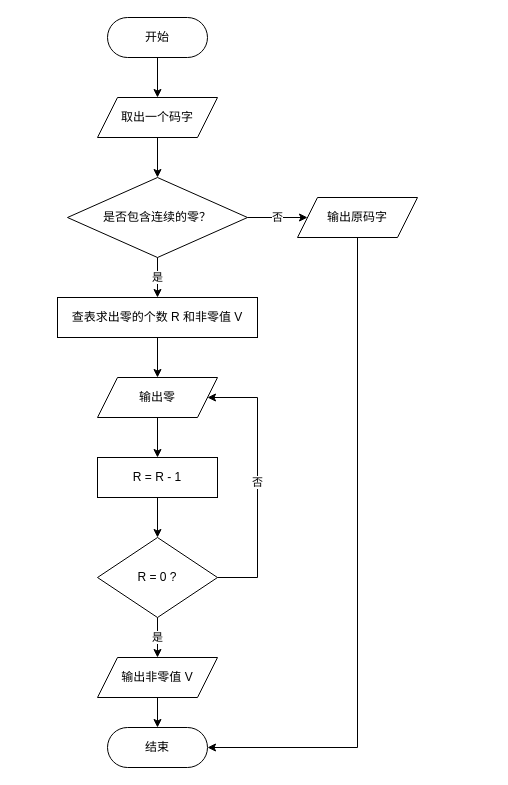
Earlier version of the draw.io diagram 除法器模块.drawio (jay101-STAR/graduation_project). Source tidied: cells renumbered, new cells numbered last; positions are measured from the earlier drawing's top-left corner, leaving out a move shared by most shapes. Both pictures are drawn from the tidied source at 100%, with x=0, y=0 at pixel (57, 17).
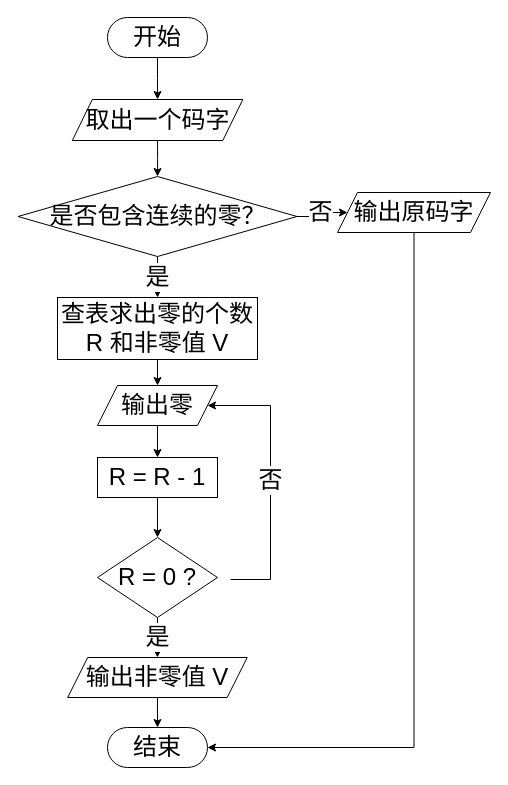
After the change.

Commit message:
更新除法器模块.drawio

What changed in the source:
```diff
@@
-    <mxCell id="2" value="开始" style="rounded=1;whiteSpace=wrap;html=1;arcSize=50;" parent="1" vertex="1">
+    <mxCell id="2" value="开始" style="rounded=1;whiteSpace=wrap;html=1;arcSize=50;fontSize=24;" parent="1" vertex="1">
       <mxGeometry x="50" width="100" height="40" as="geometry" />
     </mxCell>
-    <mxCell id="3" value="取出一个码字" style="shape=parallelogram;perimeter=parallelogramPerimeter;whiteSpace=wrap;html=1;fixedSize=1;" parent="1" vertex="1">
-      <mxGeometry x="40" y="80" width="120" height="40" as="geometry" />
+    <mxCell id="3" value="取出一个码字" style="shape=parallelogram;perimeter=parallelogramPerimeter;whiteSpace=wrap;html=1;fixedSize=1;fontSize=24;" parent="1" vertex="1">
+      <mxGeometry x="14.8" y="82" width="170.5" height="41" as="geometry" />
     </mxCell>
-    <mxCell id="4" value="是否包含连续的零？" style="rhombus;whiteSpace=wrap;html=1;" parent="1" vertex="1">
-      <mxGeometry x="10" y="160" width="180" height="80" as="geometry" />
+    <mxCell id="4" value="是否包含连续的零？" style="rhombus;whiteSpace=wrap;html=1;fontSize=24;" parent="1" vertex="1">
+      <mxGeometry x="-39.5" y="159" width="279" height="80" as="geometry" />
     </mxCell>
-    <mxCell id="5" value="查表求出零的个数 R 和非零值 V" style="rounded=0;whiteSpace=wrap;html=1;" parent="1" vertex="1">
-      <mxGeometry y="280" width="200" height="40" as="geometry" />
+    <mxCell id="5" value="查表求出零的个数 R 和非零值 V" style="rounded=0;whiteSpace=wrap;html=1;fontSize=24;" parent="1" vertex="1">
+      <mxGeometry y="280" width="200" height="62" as="geometry" />
     </mxCell>
-    <mxCell id="6" value="输出原码字" style="shape=parallelogram;perimeter=parallelogramPerimeter;whiteSpace=wrap;html=1;fixedSize=1;" parent="1" vertex="1">
-      <mxGeometry x="240" y="180" width="120" height="40" as="geometry" />
+    <mxCell id="6" value="输出原码字" style="shape=parallelogram;perimeter=parallelogramPerimeter;whiteSpace=wrap;html=1;fixedSize=1;fontSize=24;" parent="1" vertex="1">
+      <mxGeometry x="280" y="175" width="153" height="40" as="geometry" />
     </mxCell>
-    <mxCell id="7" value="输出零" style="shape=parallelogram;perimeter=parallelogramPerimeter;whiteSpace=wrap;html=1;fixedSize=1;" parent="1" vertex="1">
-      <mxGeometry x="40" y="360" width="120" height="40" as="geometry" />
+    <mxCell id="7" value="输出零" style="shape=parallelogram;perimeter=parallelogramPerimeter;whiteSpace=wrap;html=1;fixedSize=1;fontSize=24;" parent="1" vertex="1">
+      <mxGeometry x="40" y="368" width="120" height="40" as="geometry" />
     </mxCell>
-    <mxCell id="8" value="R = R - 1" style="rounded=0;whiteSpace=wrap;html=1;" parent="1" vertex="1">
+    <mxCell id="8" value="R = R - 1" style="rounded=0;whiteSpace=wrap;html=1;fontSize=24;" parent="1" vertex="1">
       <mxGeometry x="40" y="440" width="120" height="40" as="geometry" />
     </mxCell>
-    <mxCell id="9" value="R = 0 ?" style="rhombus;whiteSpace=wrap;html=1;" parent="1" vertex="1">
+    <mxCell id="9" value="R = 0 ?" style="rhombus;whiteSpace=wrap;html=1;fontSize=24;" parent="1" vertex="1">
       <mxGeometry x="40" y="520" width="120" height="80" as="geometry" />
     </mxCell>
-    <mxCell id="10" value="输出非零值 V" style="shape=parallelogram;perimeter=parallelogramPerimeter;whiteSpace=wrap;html=1;fixedSize=1;" parent="1" vertex="1">
-      <mxGeometry x="40" y="640" width="120" height="40" as="geometry" />
+    <mxCell id="10" value="输出非零值 V" style="shape=parallelogram;perimeter=parallelogramPerimeter;whiteSpace=wrap;html=1;fixedSize=1;fontSize=24;" parent="1" vertex="1">
+      <mxGeometry x="10.2" y="640" width="179.5" height="40" as="geometry" />
     </mxCell>
-    <mxCell id="11" value="结束" style="rounded=1;whiteSpace=wrap;html=1;arcSize=50;" parent="1" vertex="1">
+    <mxCell id="11" value="结束" style="rounded=1;whiteSpace=wrap;html=1;arcSize=50;fontSize=24;" parent="1" vertex="1">
       <mxGeometry x="50" y="710" width="100" height="40" as="geometry" />
     </mxCell>
-    <mxCell id="12" style="edgeStyle=orthogonalEdgeStyle;rounded=0;html=1;exitX=0.5;exitY=1;entryX=0.5;entryY=0;" parent="1" edge="1" source="2" target="3">
+    <mxCell id="12" style="edgeStyle=orthogonalEdgeStyle;rounded=0;html=1;exitX=0.5;exitY=1;entryX=0.5;entryY=0;fontSize=24;" parent="1" edge="1" source="2" target="3">
       <mxGeometry relative="1" as="geometry" />
     </mxCell>
-    <mxCell id="13" style="edgeStyle=orthogonalEdgeStyle;rounded=0;html=1;exitX=0.5;exitY=1;entryX=0.5;entryY=0;" parent="1" edge="1" source="3" target="4">
+    <mxCell id="13" style="edgeStyle=orthogonalEdgeStyle;rounded=0;html=1;exitX=0.5;exitY=1;entryX=0.5;entryY=0;fontSize=24;" parent="1" edge="1" source="3" target="4">
       <mxGeometry relative="1" as="geometry" />
     </mxCell>
-    <mxCell id="14" value="是" style="edgeStyle=orthogonalEdgeStyle;rounded=0;html=1;exitX=0.5;exitY=1;entryX=0.5;entryY=0;" parent="1" edge="1" source="4" target="5">
+    <mxCell id="14" value="是" style="edgeStyle=orthogonalEdgeStyle;rounded=0;html=1;exitX=0.5;exitY=1;entryX=0.5;entryY=0;fontSize=24;" parent="1" edge="1" source="4" target="5">
       <mxGeometry relative="1" as="geometry" />
     </mxCell>
-    <mxCell id="15" value="否" style="edgeStyle=orthogonalEdgeStyle;rounded=0;html=1;exitX=1;exitY=0.5;entryX=0;entryY=0.5;" parent="1" edge="1" source="4" target="6">
+    <mxCell id="15" value="否" style="edgeStyle=orthogonalEdgeStyle;rounded=0;html=1;exitX=1;exitY=0.5;entryX=0;entryY=0.5;fontSize=24;" parent="1" edge="1" source="4" target="6">
       <mxGeometry relative="1" as="geometry" />
     </mxCell>
-    <mxCell id="16" style="edgeStyle=orthogonalEdgeStyle;rounded=0;html=1;exitX=0.5;exitY=1;entryX=0.5;entryY=0;" parent="1" edge="1" source="5" target="7">
+    <mxCell id="16" style="edgeStyle=orthogonalEdgeStyle;rounded=0;html=1;exitX=0.5;exitY=1;entryX=0.5;entryY=0;fontSize=24;" parent="1" edge="1" source="5" target="7">
       <mxGeometry relative="1" as="geometry" />
     </mxCell>
-    <mxCell id="17" style="edgeStyle=orthogonalEdgeStyle;rounded=0;html=1;exitX=0.5;exitY=1;entryX=0.5;entryY=0;" parent="1" edge="1" source="7" target="8">
+    <mxCell id="17" style="edgeStyle=orthogonalEdgeStyle;rounded=0;html=1;exitX=0.5;exitY=1;entryX=0.5;entryY=0;fontSize=24;" parent="1" edge="1" source="7" target="8">
       <mxGeometry relative="1" as="geometry" />
     </mxCell>
-    <mxCell id="18" style="edgeStyle=orthogonalEdgeStyle;rounded=0;html=1;exitX=0.5;exitY=1;entryX=0.5;entryY=0;" parent="1" edge="1" source="8" target="9">
+    <mxCell id="18" style="edgeStyle=orthogonalEdgeStyle;rounded=0;html=1;exitX=0.5;exitY=1;entryX=0.5;entryY=0;fontSize=24;" parent="1" edge="1" source="8" target="9">
       <mxGeometry relative="1" as="geometry" />
     </mxCell>
-    <mxCell id="19" value="是" style="edgeStyle=orthogonalEdgeStyle;rounded=0;html=1;exitX=0.5;exitY=1;entryX=0.5;entryY=0;" parent="1" edge="1" source="9" target="10">
+    <mxCell id="19" value="是" style="edgeStyle=orthogonalEdgeStyle;rounded=0;html=1;exitX=0.5;exitY=1;entryX=0.5;entryY=0;fontSize=24;" parent="1" edge="1" source="9" target="10">
       <mxGeometry relative="1" as="geometry" />
     </mxCell>
-    <mxCell id="20" value="否" style="edgeStyle=orthogonalEdgeStyle;rounded=0;html=1;exitX=1;exitY=0.5;entryX=1;entryY=0.5;" parent="1" edge="1" source="9" target="7">
+    <mxCell id="20" value="否" style="edgeStyle=orthogonalEdgeStyle;rounded=0;html=1;exitX=1;exitY=0.5;entryX=1;entryY=0.5;fontSize=24;entryDx=0;entryDy=0;" parent="1" edge="1" target="7">
       <mxGeometry relative="1" as="geometry">
+        <mxPoint x="173" y="562" as="sourcePoint" />
         <Array as="points">
-          <mxPoint x="200" y="560" />
-          <mxPoint x="200" y="380" />
+          <mxPoint x="213" y="562" />
+          <mxPoint x="213" y="388" />
         </Array>
       </mxGeometry>
     </mxCell>
-    <mxCell id="21" style="edgeStyle=orthogonalEdgeStyle;rounded=0;html=1;exitX=0.5;exitY=1;entryX=0.5;entryY=0;" parent="1" edge="1" source="10" target="11">
+    <mxCell id="21" style="edgeStyle=orthogonalEdgeStyle;rounded=0;html=1;exitX=0.5;exitY=1;entryX=0.5;entryY=0;fontSize=24;" parent="1" edge="1" source="10" target="11">
       <mxGeometry relative="1" as="geometry" />
     </mxCell>
-    <mxCell id="22" style="edgeStyle=orthogonalEdgeStyle;rounded=0;html=1;exitX=0.5;exitY=1;entryX=1;entryY=0.5;" parent="1" edge="1" source="6" target="11">
+    <mxCell id="22" style="edgeStyle=orthogonalEdgeStyle;rounded=0;html=1;exitX=0.5;exitY=1;entryX=1;entryY=0.5;fontSize=24;" parent="1" edge="1" source="6" target="11">
       <mxGeometry relative="1" as="geometry">
         <Array as="points">
-          <mxPoint x="300" y="730" />
+          <mxPoint x="357" y="730" />
         </Array>
       </mxGeometry>
     </mxCell>
```
